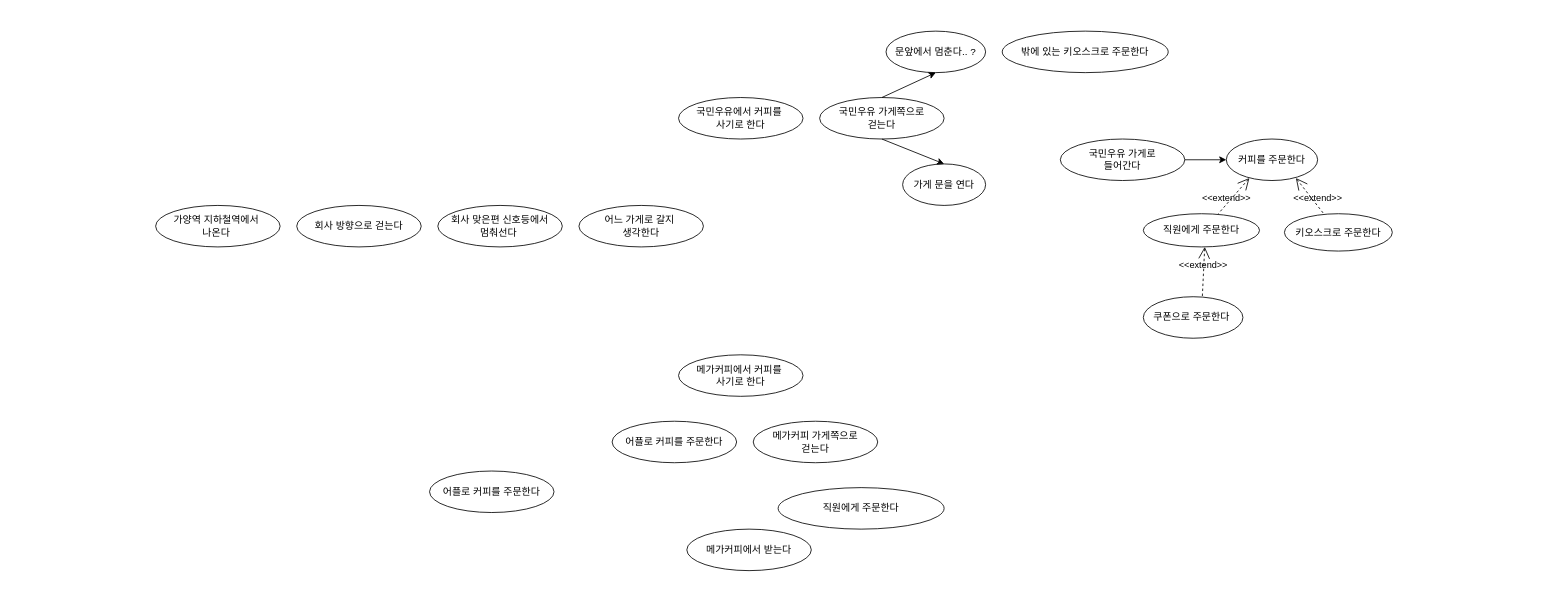
This is usecase_diagram/0809_new.drawio from Jin-bright/diagram_study, a draw.io file, before an edit. Source tidied: cells renumbered, new cells numbered last; positions are measured from the earlier drawing's top-left corner, leaving out a move shared by most shapes. Both pictures are drawn from the tidied source at 83%, with x=0, y=0 at pixel (155, 31).
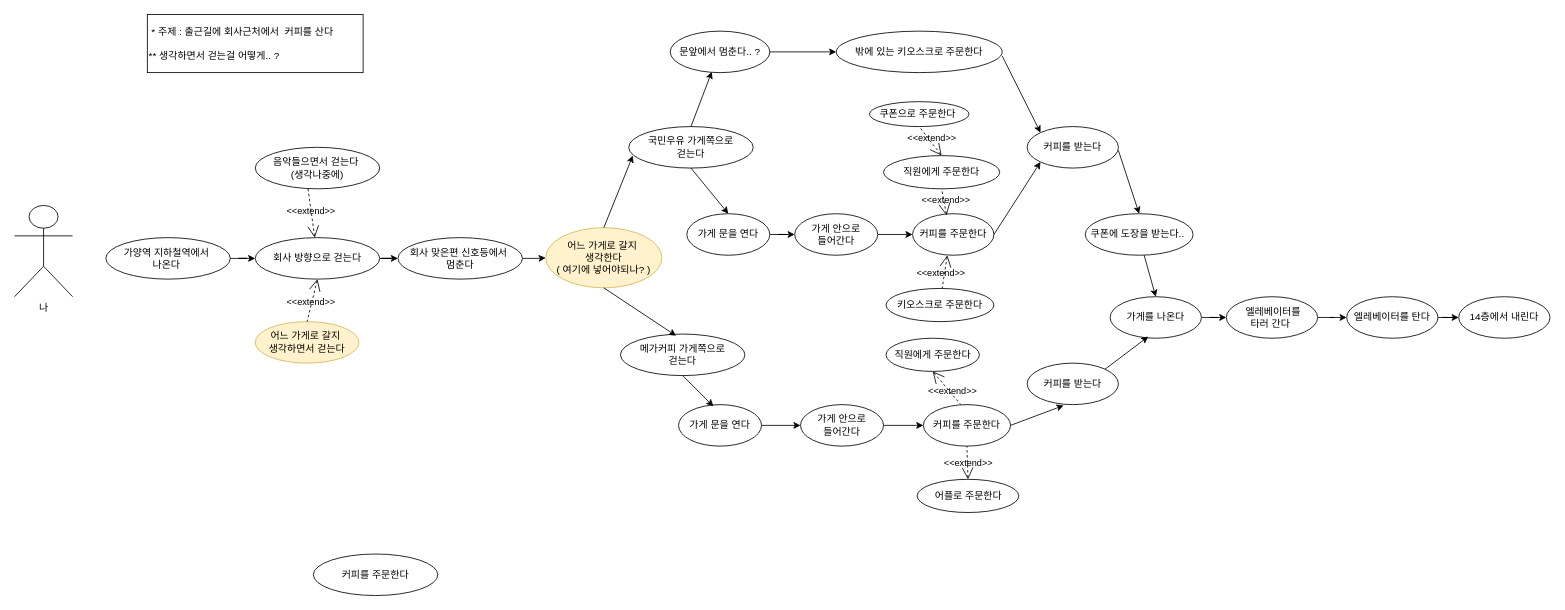
The same page after the edit.

What changed in the source:
```diff
@@
+    <mxCell id="28" style="edgeStyle=orthogonalEdgeStyle;rounded=0;jettySize=auto;html=1;" parent="1" edge="1" source="2" target="3">
+      <mxGeometry relative="1" as="geometry" />
+    </mxCell>
     <mxCell id="2" value="가양역 지하철역에서&amp;nbsp;&lt;br&gt;나온다&amp;nbsp;" style="ellipse;whiteSpace=wrap;html=1;" parent="1" vertex="1">
-      <mxGeometry y="210" width="150" height="50" as="geometry" />
+      <mxGeometry x="-60" y="248.8" width="150" height="50" as="geometry" />
     </mxCell>
+    <mxCell id="29" style="edgeStyle=orthogonalEdgeStyle;rounded=0;jettySize=auto;html=1;" parent="1" edge="1" source="3" target="4">
+      <mxGeometry relative="1" as="geometry" />
+    </mxCell>
     <mxCell id="3" value="회사 방향으로 걷는다" style="ellipse;whiteSpace=wrap;html=1;" parent="1" vertex="1">
-      <mxGeometry x="170" y="210" width="150" height="50" as="geometry" />
+      <mxGeometry x="120" y="248.8" width="150" height="50" as="geometry" />
     </mxCell>
+    <mxCell id="30" style="edgeStyle=orthogonalEdgeStyle;rounded=0;jettySize=auto;html=1;" parent="1" edge="1" source="4" target="45">
+      <mxGeometry relative="1" as="geometry" />
+    </mxCell>
-    <mxCell id="4" value="회사 맞은편 신호등에서&lt;br&gt;멈춰선다&amp;nbsp;" style="ellipse;whiteSpace=wrap;html=1;" parent="1" vertex="1">
-      <mxGeometry x="340" y="210" width="150" height="50" as="geometry" />
+    <mxCell id="4" value="회사 맞은편 신호등에서&amp;nbsp;&lt;br&gt;멈춘다" style="ellipse;whiteSpace=wrap;html=1;" parent="1" vertex="1">
+      <mxGeometry x="292" y="248.8" width="150" height="50" as="geometry" />
     </mxCell>
-    <mxCell id="5" value="어느 가게로 갈지&amp;nbsp;&lt;br&gt;생각한다" style="ellipse;whiteSpace=wrap;html=1;" parent="1" vertex="1">
-      <mxGeometry x="510" y="210" width="150" height="50" as="geometry" />
-    </mxCell>
-    <mxCell id="6" value="국민우유에서 커피를&amp;nbsp;&lt;br&gt;사기로 한다" style="ellipse;whiteSpace=wrap;html=1;" parent="1" vertex="1">
-      <mxGeometry x="630" y="80" width="150" height="50" as="geometry" />
-    </mxCell>
-    <mxCell id="7" value="메가커피에서 커피를&amp;nbsp;&lt;br&gt;사기로 한다" style="ellipse;whiteSpace=wrap;html=1;" parent="1" vertex="1">
-      <mxGeometry x="630" y="390" width="150" height="50" as="geometry" />
+    <mxCell id="7" value="커피를 주문한다" style="ellipse;whiteSpace=wrap;html=1;" parent="1" vertex="1">
+      <mxGeometry x="190" y="630" width="150" height="50" as="geometry" />
     </mxCell>
@@
-    <mxCell id="9" value="국민우유 가게로&lt;br&gt;들어간다" style="ellipse;whiteSpace=wrap;html=1;" parent="1" vertex="1">
-      <mxGeometry x="1090" y="130" width="150" height="50" as="geometry" />
+    <mxCell id="9" value="가게 안으로&lt;br&gt;들어간다" style="ellipse;whiteSpace=wrap;html=1;" parent="1" vertex="1">
+      <mxGeometry x="770" y="220" width="100" height="50" as="geometry" />
     </mxCell>
     <mxCell id="10" value="밖에 있는 키오스크로 주문한다" style="ellipse;whiteSpace=wrap;html=1;" parent="1" vertex="1">
-      <mxGeometry x="1020" width="200" height="50" as="geometry" />
+      <mxGeometry x="820" width="200" height="50" as="geometry" />
     </mxCell>
     <mxCell id="11" value="키오스크로 주문한다" style="ellipse;whiteSpace=wrap;html=1;" parent="1" vertex="1">
-      <mxGeometry x="1360" y="220" width="130" height="45" as="geometry" />
+      <mxGeometry x="880" y="310" width="130" height="40" as="geometry" />
     </mxCell>
     <mxCell id="12" value="직원에게 주문한다" style="ellipse;whiteSpace=wrap;html=1;" parent="1" vertex="1">
-      <mxGeometry x="750" y="550" width="200" height="50" as="geometry" />
+      <mxGeometry x="880" y="370" width="112.5" height="40" as="geometry" />
     </mxCell>
     <mxCell id="13" value="국민우유 가게쪽으로 &lt;br&gt;걷는다" style="ellipse;whiteSpace=wrap;html=1;" parent="1" vertex="1">
-      <mxGeometry x="800" y="80" width="150" height="50" as="geometry" />
+      <mxGeometry x="570" y="115" width="150" height="50" as="geometry" />
     </mxCell>
     <mxCell id="14" value="문앞에서 멈춘다.. ?" style="ellipse;whiteSpace=wrap;html=1;" parent="1" vertex="1">
-      <mxGeometry x="880" width="120" height="50" as="geometry" />
+      <mxGeometry x="620" width="120" height="50" as="geometry" />
     </mxCell>
     <mxCell id="15" value="커피를 주문한다" style="ellipse;whiteSpace=wrap;html=1;" parent="1" vertex="1">
-      <mxGeometry x="1290" y="130" width="110" height="50" as="geometry" />
+      <mxGeometry x="912" y="220" width="98" height="50" as="geometry" />
     </mxCell>
-    <mxCell id="16" value="어플로 커피를 주문한다" style="ellipse;whiteSpace=wrap;html=1;" parent="1" vertex="1">
-      <mxGeometry x="550" y="470" width="150" height="50" as="geometry" />
+    <mxCell id="16" value="어플로 주문한다" style="ellipse;whiteSpace=wrap;html=1;" parent="1" vertex="1">
+      <mxGeometry x="917.5" y="540" width="122.5" height="40" as="geometry" />
     </mxCell>
-    <mxCell id="17" value="메가커피에서 받는다" style="ellipse;whiteSpace=wrap;html=1;" parent="1" vertex="1">
-      <mxGeometry x="640" y="600" width="150" height="50" as="geometry" />
+    <mxCell id="17" value="커피를 받는다" style="ellipse;whiteSpace=wrap;html=1;" parent="1" vertex="1">
+      <mxGeometry x="1050" y="400" width="110" height="50" as="geometry" />
     </mxCell>
-    <mxCell id="18" value="어플로 커피를 주문한다" style="ellipse;whiteSpace=wrap;html=1;" parent="1" vertex="1">
-      <mxGeometry x="330" y="530" width="150" height="50" as="geometry" />
+    <mxCell id="18" value="쿠폰에 도장을 받는다..&amp;nbsp;" style="ellipse;whiteSpace=wrap;html=1;" parent="1" vertex="1">
+      <mxGeometry x="1120" y="220" width="130" height="50" as="geometry" />
     </mxCell>
     <mxCell id="19" value="메가커피 가게쪽으로 &lt;br&gt;걷는다" style="ellipse;whiteSpace=wrap;html=1;" parent="1" vertex="1">
-      <mxGeometry x="720" y="470" width="150" height="50" as="geometry" />
+      <mxGeometry x="560" y="365" width="150" height="50" as="geometry" />
     </mxCell>
-    <mxCell id="20" style="endArrow=classic;html=1;rounded=0;entryX=0.5;entryY=1;entryDx=0;entryDy=0;exitX=0.5;exitY=0;exitDx=0;exitDy=0;" parent="1" edge="1" source="13" target="14">
+    <mxCell id="20" style="endArrow=classic;html=1;rounded=0;entryX=0.417;entryY=0.98;entryDx=0;entryDy=0;exitX=0.5;exitY=0;exitDx=0;exitDy=0;entryPerimeter=0;" parent="1" edge="1" source="13" target="14">
       <mxGeometry relative="1" as="geometry" />
     </mxCell>
     <mxCell id="21" value="직원에게 주문한다" style="ellipse;whiteSpace=wrap;html=1;" parent="1" vertex="1">
-      <mxGeometry x="1190" y="220" width="140" height="40" as="geometry" />
+      <mxGeometry x="877" y="150" width="140" height="40" as="geometry" />
     </mxCell>
     <mxCell id="22" value="쿠폰으로 주문한다&amp;nbsp;" style="ellipse;whiteSpace=wrap;html=1;" parent="1" vertex="1">
-      <mxGeometry x="1190" y="320" width="120" height="50" as="geometry" />
+      <mxGeometry x="860" y="85" width="120" height="30" as="geometry" />
     </mxCell>
-    <mxCell id="23" value="&amp;lt;&amp;lt;extend&amp;gt;&amp;gt;" style="edgeStyle=none;html=1;startArrow=open;endArrow=none;startSize=12;verticalAlign=bottom;dashed=1;labelBackgroundColor=none;rounded=0;entryX=0.592;entryY=0.02;entryDx=0;entryDy=0;entryPerimeter=0;" parent="1" edge="1" target="22">
-      <mxGeometry relative="1" as="geometry">
-        <mxPoint x="1264" y="260" as="sourcePoint" />
-      </mxGeometry>
+    <mxCell id="23" value="&amp;lt;&amp;lt;extend&amp;gt;&amp;gt;" style="edgeStyle=none;html=1;startArrow=open;endArrow=none;startSize=12;verticalAlign=bottom;dashed=1;labelBackgroundColor=none;rounded=0;entryX=0.5;entryY=1;entryDx=0;entryDy=0;exitX=0.5;exitY=0;exitDx=0;exitDy=0;" parent="1" edge="1" source="21" target="22">
+      <mxGeometry x="-0.24" y="2" relative="1" as="geometry" />
     </mxCell>
-    <mxCell id="24" value="&amp;lt;&amp;lt;extend&amp;gt;&amp;gt;" style="edgeStyle=none;html=1;startArrow=open;endArrow=none;startSize=12;verticalAlign=bottom;dashed=1;labelBackgroundColor=none;rounded=0;exitX=0.253;exitY=0.94;exitDx=0;exitDy=0;exitPerimeter=0;" parent="1" edge="1" source="15">
-      <mxGeometry x="0.51" y="1" relative="1" as="geometry">
-        <mxPoint x="1280.3" y="220" as="targetPoint" />
-      </mxGeometry>
+    <mxCell id="24" value="&amp;lt;&amp;lt;extend&amp;gt;&amp;gt;" style="edgeStyle=none;html=1;startArrow=open;endArrow=none;startSize=12;verticalAlign=bottom;dashed=1;labelBackgroundColor=none;rounded=0;exitX=0.418;exitY=0.04;exitDx=0;exitDy=0;exitPerimeter=0;entryX=0.5;entryY=1;entryDx=0;entryDy=0;" parent="1" edge="1" source="15" target="21">
+      <mxGeometry x="-0.43" y="-1" relative="1" as="geometry" />
     </mxCell>
-    <mxCell id="25" value="&amp;lt;&amp;lt;extend&amp;gt;&amp;gt;" style="edgeStyle=none;html=1;startArrow=open;endArrow=none;startSize=12;verticalAlign=bottom;dashed=1;labelBackgroundColor=none;rounded=0;exitX=0.762;exitY=0.94;exitDx=0;exitDy=0;exitPerimeter=0;" parent="1" edge="1" source="15" target="11">
-      <mxGeometry x="0.52" relative="1" as="geometry" />
+    <mxCell id="25" value="&amp;lt;&amp;lt;extend&amp;gt;&amp;gt;" style="edgeStyle=none;html=1;startArrow=open;endArrow=none;startSize=12;verticalAlign=bottom;dashed=1;labelBackgroundColor=none;rounded=0;exitX=0.427;exitY=1;exitDx=0;exitDy=0;exitPerimeter=0;" parent="1" edge="1" source="15" target="11">
+      <mxGeometry x="0.56" y="-3" relative="1" as="geometry" />
     </mxCell>
+    <mxCell id="31" style="edgeStyle=orthogonalEdgeStyle;rounded=0;jettySize=auto;html=1;" parent="1" edge="1" source="26" target="9">
+      <mxGeometry relative="1" as="geometry" />
+    </mxCell>
     <mxCell id="26" value="가게 문을 연다" style="ellipse;whiteSpace=wrap;html=1;" parent="1" vertex="1">
-      <mxGeometry x="900" y="160" width="100" height="50" as="geometry" />
+      <mxGeometry x="640" y="220" width="100" height="50" as="geometry" />
     </mxCell>
@@
+    <mxCell id="32" value="커피를 받는다" style="ellipse;whiteSpace=wrap;html=1;" parent="1" vertex="1">
+      <mxGeometry x="1050" y="115" width="110" height="50" as="geometry" />
+    </mxCell>
+    <mxCell id="33" style="endArrow=classic;html=1;rounded=0;entryX=0;entryY=0.5;entryDx=0;entryDy=0;" parent="1" edge="1" source="14" target="10">
+      <mxGeometry relative="1" as="geometry" />
+    </mxCell>
+    <mxCell id="34" style="endArrow=classic;html=1;rounded=0;exitX=1;exitY=0.6;exitDx=0;exitDy=0;exitPerimeter=0;entryX=0;entryY=0;entryDx=0;entryDy=0;" parent="1" edge="1" source="10" target="32">
+      <mxGeometry relative="1" as="geometry" />
+    </mxCell>
+    <mxCell id="35" style="endArrow=classic;html=1;rounded=0;entryX=0;entryY=1;entryDx=0;entryDy=0;exitX=1;exitY=0.5;exitDx=0;exitDy=0;" parent="1" edge="1" source="15" target="32">
+      <mxGeometry relative="1" as="geometry" />
+    </mxCell>
+    <mxCell id="36" value="&amp;nbsp;* 주제 : 출근길에 회사근처에서&amp;nbsp; 커피를 산다&lt;br&gt;&lt;br&gt;** 생각하면서 걷는걸 어떻게.. ?" style="rounded=0;whiteSpace=wrap;html=1;align=left;" parent="1" vertex="1">
+      <mxGeometry x="-10" y="-20" width="260" height="70" as="geometry" />
+    </mxCell>
+    <mxCell id="37" value="음악들으면서 걷는다&amp;nbsp;&lt;br&gt;(생각나중에)" style="ellipse;whiteSpace=wrap;html=1;" parent="1" vertex="1">
+      <mxGeometry x="120" y="140" width="150" height="50" as="geometry" />
+    </mxCell>
+    <mxCell id="38" value="어느 가게로 갈지&amp;nbsp;&lt;br&gt;생각하면서 걷는다" style="ellipse;whiteSpace=wrap;html=1;fillColor=#fff2cc;strokeColor=#d6b656;" parent="1" vertex="1">
+      <mxGeometry x="120" y="350" width="125" height="50" as="geometry" />
+    </mxCell>
+    <mxCell id="39" value="&amp;lt;&amp;lt;extend&amp;gt;&amp;gt;" style="edgeStyle=none;html=1;startArrow=open;endArrow=none;startSize=12;verticalAlign=bottom;dashed=1;labelBackgroundColor=none;rounded=0;exitX=0.5;exitY=1;exitDx=0;exitDy=0;entryX=0.5;entryY=0;entryDx=0;entryDy=0;" parent="1" edge="1" source="3" target="38">
+      <mxGeometry x="0.43" y="1" relative="1" as="geometry" />
+    </mxCell>
+    <mxCell id="40" value="&amp;lt;&amp;lt;extend&amp;gt;&amp;gt;" style="edgeStyle=none;html=1;startArrow=open;endArrow=none;startSize=12;verticalAlign=bottom;dashed=1;labelBackgroundColor=none;rounded=0;entryX=0.424;entryY=0.993;entryDx=0;entryDy=0;entryPerimeter=0;" parent="1" edge="1" source="3" target="37">
+      <mxGeometry x="-0.24" y="2" relative="1" as="geometry" />
+    </mxCell>
+    <mxCell id="41" style="edgeStyle=orthogonalEdgeStyle;rounded=0;jettySize=auto;html=1;" parent="1" edge="1" source="42" target="44">
+      <mxGeometry relative="1" as="geometry" />
+    </mxCell>
+    <mxCell id="42" value="&amp;nbsp;엘레베이터를 &lt;br&gt;타러 간다&amp;nbsp;" style="ellipse;whiteSpace=wrap;html=1;" parent="1" vertex="1">
+      <mxGeometry x="1290" y="320" width="110" height="50" as="geometry" />
+    </mxCell>
+    <mxCell id="43" style="edgeStyle=orthogonalEdgeStyle;rounded=0;jettySize=auto;html=1;" parent="1" edge="1" source="44" target="46">
+      <mxGeometry relative="1" as="geometry" />
+    </mxCell>
+    <mxCell id="44" value="엘레베이터를 탄다" style="ellipse;whiteSpace=wrap;html=1;" parent="1" vertex="1">
+      <mxGeometry x="1435" y="320" width="110" height="50" as="geometry" />
+    </mxCell>
+    <mxCell id="45" value="어느 가게로 갈지&amp;nbsp;&lt;br&gt;생각한다&lt;br&gt;( 여기에 넣어야되나? )" style="ellipse;whiteSpace=wrap;html=1;fillColor=#fff2cc;strokeColor=#d6b656;" parent="1" vertex="1">
+      <mxGeometry x="470" y="236.8" width="140" height="72.5" as="geometry" />
+    </mxCell>
+    <mxCell id="46" value="14층에서 내린다" style="ellipse;whiteSpace=wrap;html=1;" parent="1" vertex="1">
+      <mxGeometry x="1570" y="320" width="110" height="50" as="geometry" />
+    </mxCell>
+    <mxCell id="47" style="edgeStyle=orthogonalEdgeStyle;rounded=0;jettySize=auto;html=1;" parent="1" edge="1" source="48" target="51">
+      <mxGeometry relative="1" as="geometry" />
+    </mxCell>
+    <mxCell id="48" value="가게 안으로&lt;br&gt;들어간다" style="ellipse;whiteSpace=wrap;html=1;" parent="1" vertex="1">
+      <mxGeometry x="777" y="450" width="100" height="50" as="geometry" />
+    </mxCell>
+    <mxCell id="49" style="edgeStyle=orthogonalEdgeStyle;rounded=0;jettySize=auto;html=1;" parent="1" edge="1" source="50" target="48">
+      <mxGeometry relative="1" as="geometry" />
+    </mxCell>
+    <mxCell id="50" value="가게 문을 연다" style="ellipse;whiteSpace=wrap;html=1;" parent="1" vertex="1">
+      <mxGeometry x="630" y="450" width="100" height="50" as="geometry" />
+    </mxCell>
+    <mxCell id="51" value="커피를 주문한다" style="ellipse;whiteSpace=wrap;html=1;" parent="1" vertex="1">
+      <mxGeometry x="925" y="450" width="105" height="50" as="geometry" />
+    </mxCell>
+    <mxCell id="52" style="edgeStyle=orthogonalEdgeStyle;rounded=0;jettySize=auto;html=1;" parent="1" edge="1" source="53" target="42">
+      <mxGeometry relative="1" as="geometry" />
+    </mxCell>
+    <mxCell id="53" value="가게를 나온다" style="ellipse;whiteSpace=wrap;html=1;" parent="1" vertex="1">
+      <mxGeometry x="1150" y="320" width="110" height="50" as="geometry" />
+    </mxCell>
+    <mxCell id="54" value="&amp;lt;&amp;lt;extend&amp;gt;&amp;gt;" style="edgeStyle=none;html=1;startArrow=open;endArrow=none;startSize=12;verticalAlign=bottom;dashed=1;labelBackgroundColor=none;rounded=0;exitX=0.5;exitY=1;exitDx=0;exitDy=0;entryX=0.429;entryY=0;entryDx=0;entryDy=0;entryPerimeter=0;" parent="1" edge="1" source="12" target="51">
+      <mxGeometry x="0.56" y="-3" relative="1" as="geometry" />
+    </mxCell>
+    <mxCell id="55" value="&amp;lt;&amp;lt;extend&amp;gt;&amp;gt;" style="edgeStyle=none;html=1;startArrow=open;endArrow=none;startSize=12;verticalAlign=bottom;dashed=1;labelBackgroundColor=none;rounded=0;entryX=0.5;entryY=1;entryDx=0;entryDy=0;exitX=0.5;exitY=0;exitDx=0;exitDy=0;" parent="1" edge="1" source="16" target="51">
+      <mxGeometry x="-0.43" y="-1" relative="1" as="geometry" />
+    </mxCell>
+    <mxCell id="56" style="endArrow=classic;html=1;rounded=0;entryX=0.4;entryY=1.02;entryDx=0;entryDy=0;entryPerimeter=0;" parent="1" edge="1" target="17">
+      <mxGeometry relative="1" as="geometry">
+        <mxPoint x="1030" y="475" as="sourcePoint" />
+      </mxGeometry>
+    </mxCell>
+    <mxCell id="57" style="endArrow=classic;html=1;rounded=0;entryX=0.5;entryY=0;entryDx=0;entryDy=0;exitX=0.5;exitY=1;exitDx=0;exitDy=0;" parent="1" edge="1" target="18">
+      <mxGeometry relative="1" as="geometry">
+        <mxPoint x="1160" y="143.8" as="sourcePoint" />
+      </mxGeometry>
+    </mxCell>
+    <mxCell id="58" style="endArrow=classic;html=1;rounded=0;entryX=0.5;entryY=0;entryDx=0;entryDy=0;exitX=0.5;exitY=1;exitDx=0;exitDy=0;" parent="1" edge="1" target="53">
+      <mxGeometry relative="1" as="geometry">
+        <mxPoint x="1191" y="270" as="sourcePoint" />
+      </mxGeometry>
+    </mxCell>
+    <mxCell id="59" style="endArrow=classic;html=1;rounded=0;exitX=1;exitY=0;exitDx=0;exitDy=0;entryX=0.418;entryY=0.96;entryDx=0;entryDy=0;entryPerimeter=0;" parent="1" edge="1" source="17" target="53">
+      <mxGeometry relative="1" as="geometry" />
+    </mxCell>
+    <mxCell id="60" style="endArrow=classic;html=1;rounded=0;entryX=0.42;entryY=0.04;entryDx=0;entryDy=0;exitX=0.5;exitY=1;exitDx=0;exitDy=0;entryPerimeter=0;" parent="1" edge="1" source="19" target="50">
+      <mxGeometry relative="1" as="geometry" />
+    </mxCell>
+    <mxCell id="61" style="endArrow=classic;html=1;rounded=0;entryX=0.033;entryY=0.7;entryDx=0;entryDy=0;exitX=0.5;exitY=0;exitDx=0;exitDy=0;entryPerimeter=0;" parent="1" edge="1" source="45" target="13">
+      <mxGeometry relative="1" as="geometry" />
+    </mxCell>
+    <mxCell id="62" style="endArrow=classic;html=1;rounded=0;entryX=0.447;entryY=0.04;entryDx=0;entryDy=0;exitX=0.5;exitY=1;exitDx=0;exitDy=0;entryPerimeter=0;" parent="1" edge="1" source="45" target="19">
+      <mxGeometry relative="1" as="geometry" />
+    </mxCell>
+    <mxCell id="63" value="나" style="shape=umlActor;verticalLabelPosition=bottom;verticalAlign=top;html=1;" parent="1" vertex="1">
+      <mxGeometry x="-170" y="210" width="70" height="110" as="geometry" />
+    </mxCell>
```
